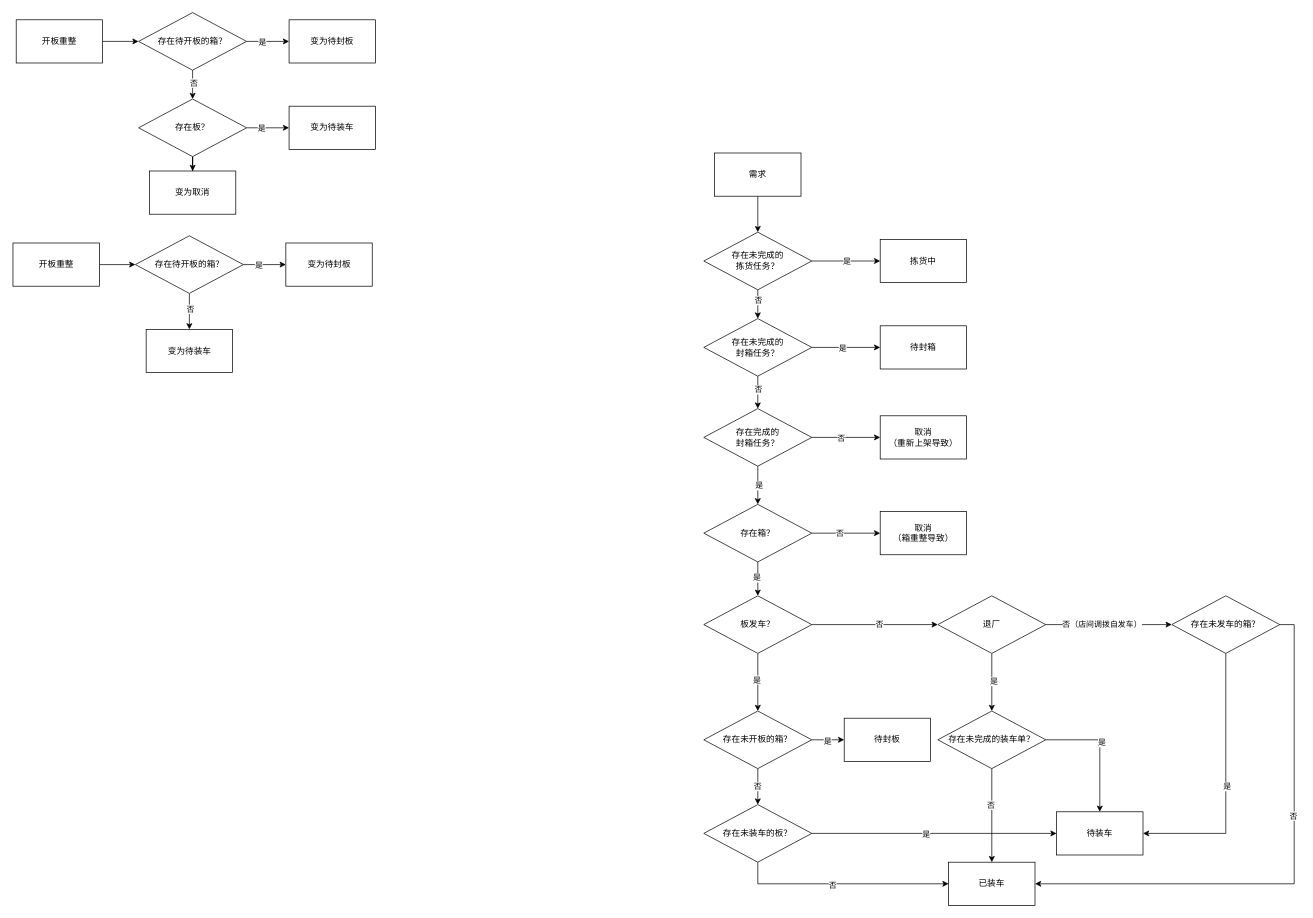
This is page "需求状态" (7 of 7) of work/revert/产生拣货批单.drawio from aspojo/diagrams, a draw.io file, before an edit. Source tidied: cells renumbered, new cells numbered last; positions are measured from the earlier drawing's top-left corner, leaving out a move shared by most shapes. Both pictures are drawn from the tidied source at 72%, with x=0, y=0 at pixel (13, 12).
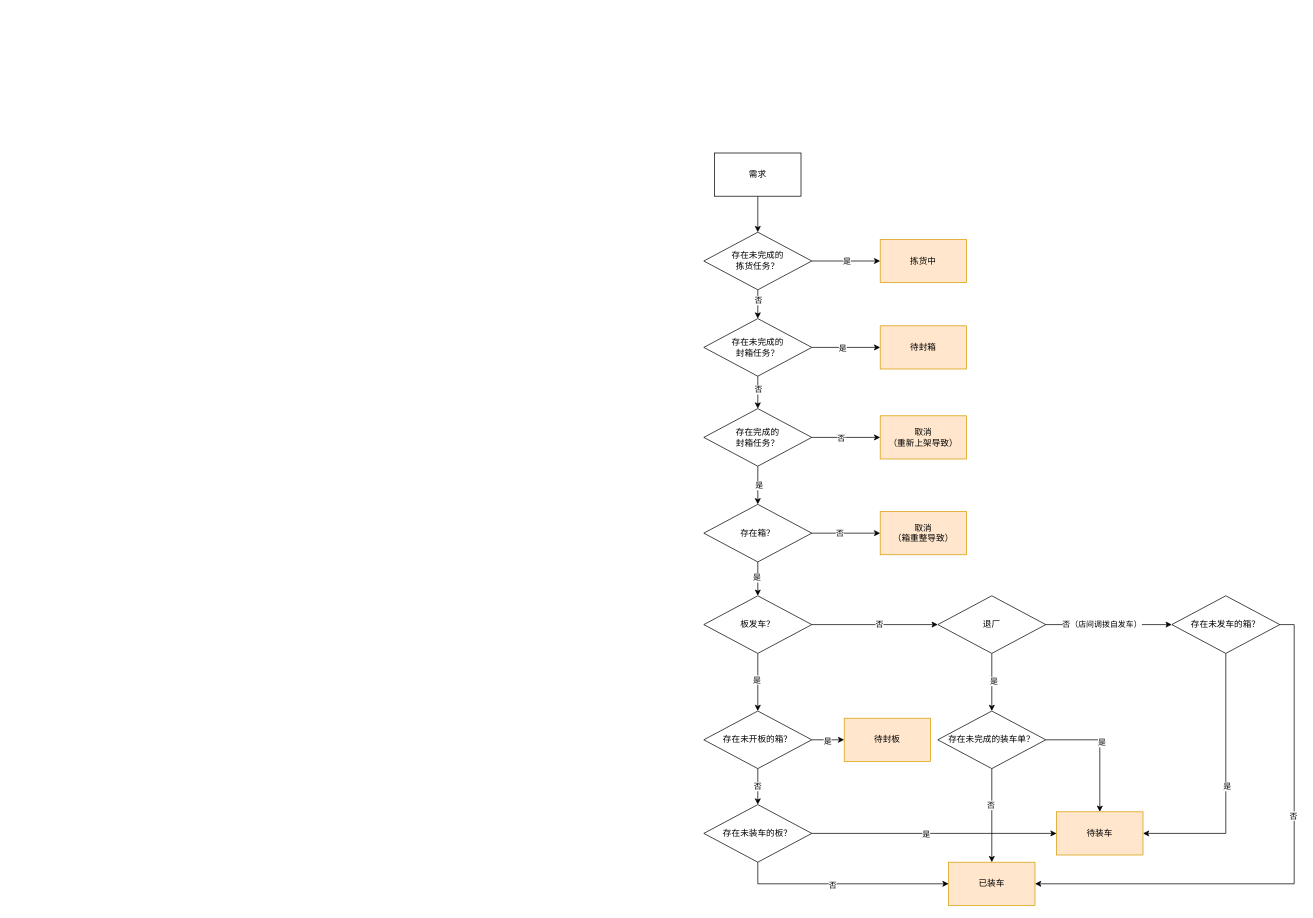
Above is the later version.

Commit message (it also covers changes not shown here):
更新产生拣货批单.drawio

What changed in the source:
```diff
@@
-    <mxCell id="2" style="edgeStyle=orthogonalEdgeStyle;rounded=0;jettySize=auto;html=1;" parent="1" edge="1" source="6" target="7">
-      <mxGeometry relative="1" as="geometry" />
-    </mxCell>
-    <mxCell id="3" value="是" style="edgeLabel;html=1;align=center;verticalAlign=middle;" parent="2" vertex="1">
-      <mxGeometry x="-0.3" relative="1" as="geometry" />
-    </mxCell>
-    <mxCell id="4" style="edgeStyle=orthogonalEdgeStyle;rounded=0;jettySize=auto;html=1;" parent="1" edge="1" source="6" target="11">
-      <mxGeometry relative="1" as="geometry" />
-    </mxCell>
-    <mxCell id="5" value="否" style="edgeLabel;html=1;align=center;verticalAlign=middle;" parent="4" vertex="1">
-      <mxGeometry x="-0.17" y="1" relative="1" as="geometry" />
-    </mxCell>
-    <mxCell id="6" value="存在待开板的箱？" style="rhombus;whiteSpace=wrap;html=1;" parent="1" vertex="1">
-      <mxGeometry x="174" width="150" height="80" as="geometry" />
-    </mxCell>
-    <mxCell id="7" value="变为待封板" style="rounded=0;whiteSpace=wrap;html=1;" parent="1" vertex="1">
-      <mxGeometry x="383" y="10" width="120" height="60" as="geometry" />
-    </mxCell>
-    <mxCell id="8" style="edgeStyle=orthogonalEdgeStyle;rounded=0;jettySize=auto;html=1;" parent="1" edge="1" source="11" target="12">
-      <mxGeometry relative="1" as="geometry" />
-    </mxCell>
-    <mxCell id="9" value="是" style="edgeLabel;html=1;align=center;verticalAlign=middle;" parent="8" vertex="1">
-      <mxGeometry x="-0.33" relative="1" as="geometry" />
-    </mxCell>
-    <mxCell id="10" style="edgeStyle=orthogonalEdgeStyle;rounded=0;jettySize=auto;html=1;" parent="1" edge="1" source="11" target="13">
-      <mxGeometry relative="1" as="geometry" />
-    </mxCell>
-    <mxCell id="11" value="存在板？" style="rhombus;whiteSpace=wrap;html=1;" parent="1" vertex="1">
-      <mxGeometry x="174" y="120" width="150" height="80" as="geometry" />
-    </mxCell>
-    <mxCell id="12" value="变为待装车" style="rounded=0;whiteSpace=wrap;html=1;" parent="1" vertex="1">
-      <mxGeometry x="383" y="130" width="120" height="60" as="geometry" />
-    </mxCell>
-    <mxCell id="13" value="变为取消" style="rounded=0;whiteSpace=wrap;html=1;" parent="1" vertex="1">
-      <mxGeometry x="189" y="220" width="120" height="60" as="geometry" />
-    </mxCell>
-    <mxCell id="14" style="edgeStyle=orthogonalEdgeStyle;rounded=0;jettySize=auto;html=1;" parent="1" edge="1" source="15" target="6">
-      <mxGeometry relative="1" as="geometry" />
-    </mxCell>
-    <mxCell id="15" value="开板重整" style="rounded=0;whiteSpace=wrap;html=1;" parent="1" vertex="1">
-      <mxGeometry x="4" y="10" width="120" height="60" as="geometry" />
-    </mxCell>
-    <mxCell id="16" style="edgeStyle=orthogonalEdgeStyle;rounded=0;jettySize=auto;html=1;" parent="1" edge="1" source="20" target="21">
-      <mxGeometry relative="1" as="geometry" />
-    </mxCell>
-    <mxCell id="17" value="是" style="edgeLabel;html=1;align=center;verticalAlign=middle;" parent="16" vertex="1">
-      <mxGeometry x="-0.3" relative="1" as="geometry" />
-    </mxCell>
-    <mxCell id="18" style="edgeStyle=orthogonalEdgeStyle;rounded=0;jettySize=auto;html=1;exitX=0.5;exitY=1;exitDx=0;exitDy=0;" parent="1" edge="1" source="20" target="22">
-      <mxGeometry relative="1" as="geometry" />
-    </mxCell>
-    <mxCell id="19" value="否" style="edgeLabel;html=1;align=center;verticalAlign=middle;" parent="18" vertex="1">
-      <mxGeometry x="-0.17" y="1" relative="1" as="geometry" />
-    </mxCell>
-    <mxCell id="20" value="存在待开板的箱？" style="rhombus;whiteSpace=wrap;html=1;" parent="1" vertex="1">
-      <mxGeometry x="169.5" y="310" width="150" height="80" as="geometry" />
-    </mxCell>
-    <mxCell id="21" value="变为待封板" style="rounded=0;whiteSpace=wrap;html=1;" parent="1" vertex="1">
-      <mxGeometry x="378.5" y="320" width="120" height="60" as="geometry" />
-    </mxCell>
-    <mxCell id="22" value="变为待装车" style="rounded=0;whiteSpace=wrap;html=1;" parent="1" vertex="1">
-      <mxGeometry x="184.5" y="440" width="120" height="60" as="geometry" />
-    </mxCell>
-    <mxCell id="23" style="edgeStyle=orthogonalEdgeStyle;rounded=0;jettySize=auto;html=1;" parent="1" edge="1" source="24" target="20">
-      <mxGeometry relative="1" as="geometry" />
-    </mxCell>
-    <mxCell id="24" value="开板重整" style="rounded=0;whiteSpace=wrap;html=1;" parent="1" vertex="1">
-      <mxGeometry x="-0.5" y="320" width="120" height="60" as="geometry" />
-    </mxCell>
@@
-    <mxCell id="37" value="拣货中" style="whiteSpace=wrap;html=1;" parent="1" vertex="1">
+    <mxCell id="37" value="拣货中" style="whiteSpace=wrap;html=1;fillColor=#ffe6cc;strokeColor=#d79b00;" parent="1" vertex="1">
       <mxGeometry x="1204" y="315" width="120" height="60" as="geometry" />
     </mxCell>
-    <mxCell id="38" value="待封箱" style="whiteSpace=wrap;html=1;" parent="1" vertex="1">
+    <mxCell id="38" value="待封箱" style="whiteSpace=wrap;html=1;fillColor=#ffe6cc;strokeColor=#d79b00;" parent="1" vertex="1">
       <mxGeometry x="1204" y="435" width="120" height="60" as="geometry" />
     </mxCell>
@@
-    <mxCell id="44" value="取消&lt;br&gt;（重新上架导致）" style="whiteSpace=wrap;html=1;" parent="1" vertex="1">
+    <mxCell id="44" value="取消&lt;br&gt;（重新上架导致）" style="whiteSpace=wrap;html=1;fillColor=#ffe6cc;strokeColor=#d79b00;" parent="1" vertex="1">
       <mxGeometry x="1204" y="560" width="120" height="60" as="geometry" />
     </mxCell>
@@
-    <mxCell id="50" value="取消&lt;br&gt;（箱重整导致）" style="whiteSpace=wrap;html=1;" parent="1" vertex="1">
+    <mxCell id="50" value="取消&lt;br&gt;（箱重整导致）" style="whiteSpace=wrap;html=1;fillColor=#ffe6cc;strokeColor=#d79b00;" parent="1" vertex="1">
       <mxGeometry x="1204" y="693" width="120" height="60" as="geometry" />
     </mxCell>
@@
-    <mxCell id="69" value="待封板" style="whiteSpace=wrap;html=1;" parent="1" vertex="1">
+    <mxCell id="69" value="待封板" style="whiteSpace=wrap;html=1;fillColor=#ffe6cc;strokeColor=#d79b00;" parent="1" vertex="1">
       <mxGeometry x="1154" y="980" width="120" height="60" as="geometry" />
     </mxCell>
@@
-    <mxCell id="75" value="待装车" style="whiteSpace=wrap;html=1;" parent="1" vertex="1">
+    <mxCell id="75" value="待装车" style="whiteSpace=wrap;html=1;fillColor=#ffe6cc;strokeColor=#d79b00;" parent="1" vertex="1">
       <mxGeometry x="1449" y="1110" width="120" height="60" as="geometry" />
     </mxCell>
@@
-    <mxCell id="81" value="已装车" style="whiteSpace=wrap;html=1;" parent="1" vertex="1">
+    <mxCell id="81" value="已装车" style="whiteSpace=wrap;html=1;fillColor=#ffe6cc;strokeColor=#d79b00;" parent="1" vertex="1">
       <mxGeometry x="1299" y="1180" width="120" height="60" as="geometry" />
     </mxCell>
```
